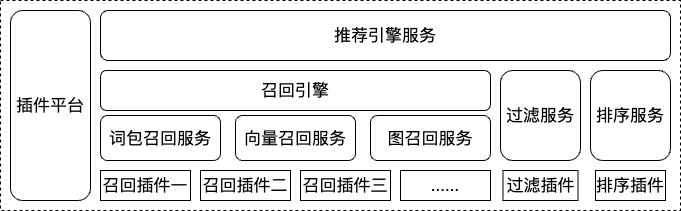
Earlier version of the draw.io export 标签推荐逻辑业界方案.png (liujunao/draw-data). Source tidied: cells renumbered, new cells last; positions are measured from the earlier drawing's top-left corner, leaving out a move shared by most shapes.
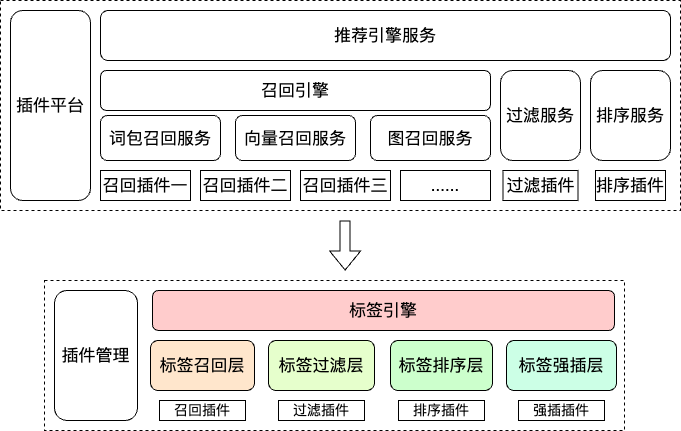
After the change.

Commit message:
更新标签推荐逻辑业界方案.png

What changed in the source:
```diff
@@ -47,5 +47,44 @@
     <mxCell id="16" value="&lt;font size=&quot;3&quot;&gt;插件平台&lt;/font&gt;" style="rounded=1;whiteSpace=wrap;html=1;" parent="1" vertex="1">
       <mxGeometry x="10" y="10" width="80" height="190" as="geometry" />
     </mxCell>
+    <mxCell id="17" style="rounded=0;whiteSpace=wrap;html=1;dashed=1;" parent="1" vertex="1">
+      <mxGeometry x="44" y="280" width="580" height="150" as="geometry" />
+    </mxCell>
+    <mxCell id="18" value="&lt;font size=&quot;3&quot;&gt;标签引擎&lt;/font&gt;" style="rounded=1;whiteSpace=wrap;html=1;fillColor=#FFCCCC;" parent="1" vertex="1">
+      <mxGeometry x="152" y="290" width="462" height="40" as="geometry" />
+    </mxCell>
+    <mxCell id="19" value="&lt;font size=&quot;3&quot;&gt;标签过滤层&lt;br&gt;&lt;/font&gt;" style="rounded=1;whiteSpace=wrap;html=1;fillColor=#E6FFCC;" parent="1" vertex="1">
+      <mxGeometry x="268" y="340" width="106" height="50" as="geometry" />
+    </mxCell>
+    <mxCell id="20" value="&lt;font style=&quot;font-size: 14px;&quot;&gt;过滤插件&lt;/font&gt;" style="rounded=0;whiteSpace=wrap;html=1;" parent="1" vertex="1">
+      <mxGeometry x="278" y="400" width="86" height="20" as="geometry" />
+    </mxCell>
+    <mxCell id="21" value="&lt;font size=&quot;3&quot;&gt;标签排序层&lt;br&gt;&lt;/font&gt;" style="rounded=1;whiteSpace=wrap;html=1;fillColor=#CCFFCC;" parent="1" vertex="1">
+      <mxGeometry x="390" y="340" width="102" height="50" as="geometry" />
+    </mxCell>
+    <mxCell id="22" value="&lt;font style=&quot;font-size: 14px;&quot;&gt;排序插件&lt;/font&gt;" style="rounded=0;whiteSpace=wrap;html=1;" parent="1" vertex="1">
+      <mxGeometry x="398" y="400" width="86" height="20" as="geometry" />
+    </mxCell>
+    <mxCell id="23" value="&lt;font size=&quot;3&quot;&gt;标签强插层&lt;br&gt;&lt;/font&gt;" style="rounded=1;whiteSpace=wrap;html=1;fillColor=#CCFFE6;" parent="1" vertex="1">
+      <mxGeometry x="506" y="340" width="110" height="50" as="geometry" />
+    </mxCell>
+    <mxCell id="24" value="&lt;font style=&quot;font-size: 14px;&quot;&gt;强插插件&lt;/font&gt;" style="rounded=0;whiteSpace=wrap;html=1;" parent="1" vertex="1">
+      <mxGeometry x="518" y="400" width="86" height="20" as="geometry" />
+    </mxCell>
+    <mxCell id="25" value="&lt;font size=&quot;3&quot;&gt;标签召回层&lt;br&gt;&lt;/font&gt;" style="rounded=1;whiteSpace=wrap;html=1;fillColor=#FFE6CC;" parent="1" vertex="1">
+      <mxGeometry x="150" y="340" width="104" height="50" as="geometry" />
+    </mxCell>
+    <mxCell id="26" value="&lt;font style=&quot;font-size: 14px;&quot;&gt;召回插件&lt;/font&gt;" style="rounded=0;whiteSpace=wrap;html=1;" parent="1" vertex="1">
+      <mxGeometry x="159" y="400" width="86" height="20" as="geometry" />
+    </mxCell>
+    <mxCell id="27" value="&lt;font size=&quot;3&quot;&gt;插件管理&lt;/font&gt;" style="rounded=1;whiteSpace=wrap;html=1;" parent="1" vertex="1">
+      <mxGeometry x="54" y="290" width="83" height="130" as="geometry" />
+    </mxCell>
+    <mxCell id="28" style="shape=flexArrow;endArrow=classic;html=1;rounded=0;" parent="1" edge="1">
+      <mxGeometry relative="1" as="geometry">
+        <mxPoint x="344.6" y="220" as="sourcePoint" />
+        <mxPoint x="344.6" y="270" as="targetPoint" />
+      </mxGeometry>
+    </mxCell>
   </root>
 </mxGraphModel>
```
